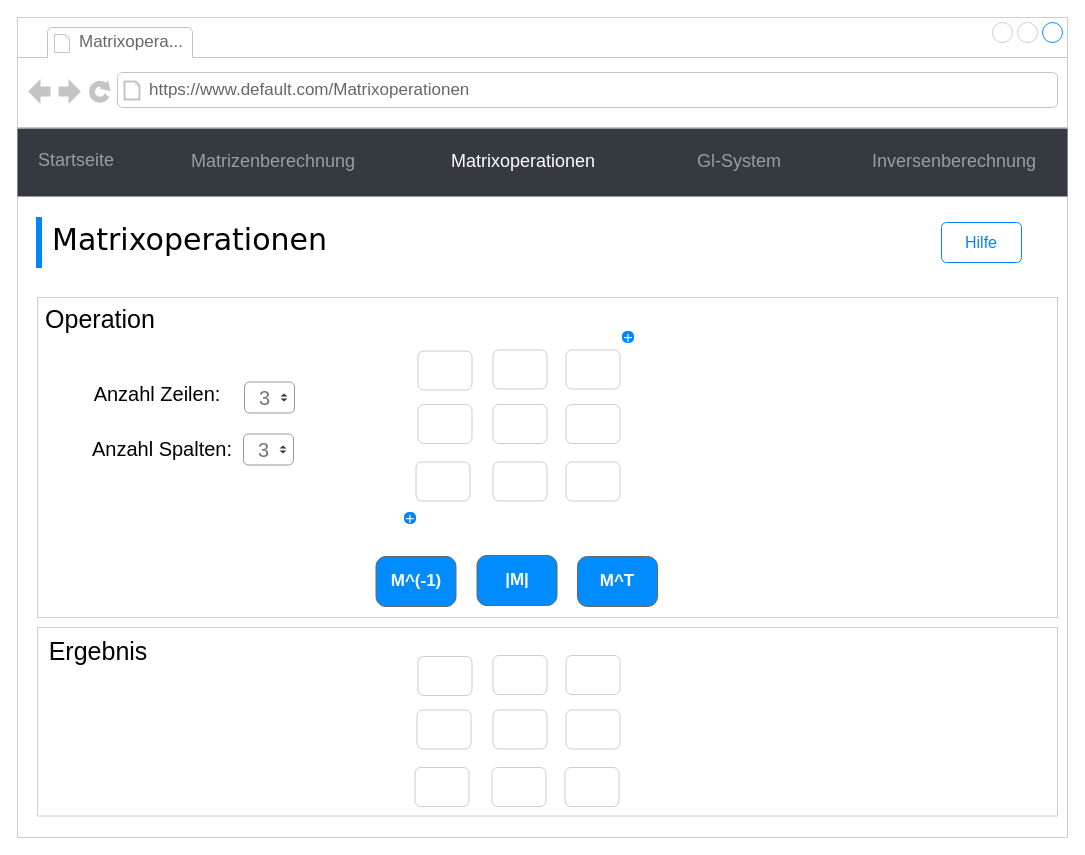
The draw.io diagram mockup/mockup_matrixoperationen.drawio in finitearth/Gaussian-Elimination-GUI, before the edit. Source tidied: cells renumbered, new cells numbered last; positions are measured from the earlier drawing's top-left corner, leaving out a move shared by most shapes. Both pictures are drawn from the tidied source at 100%, with x=0, y=0 at pixel (17, 17).
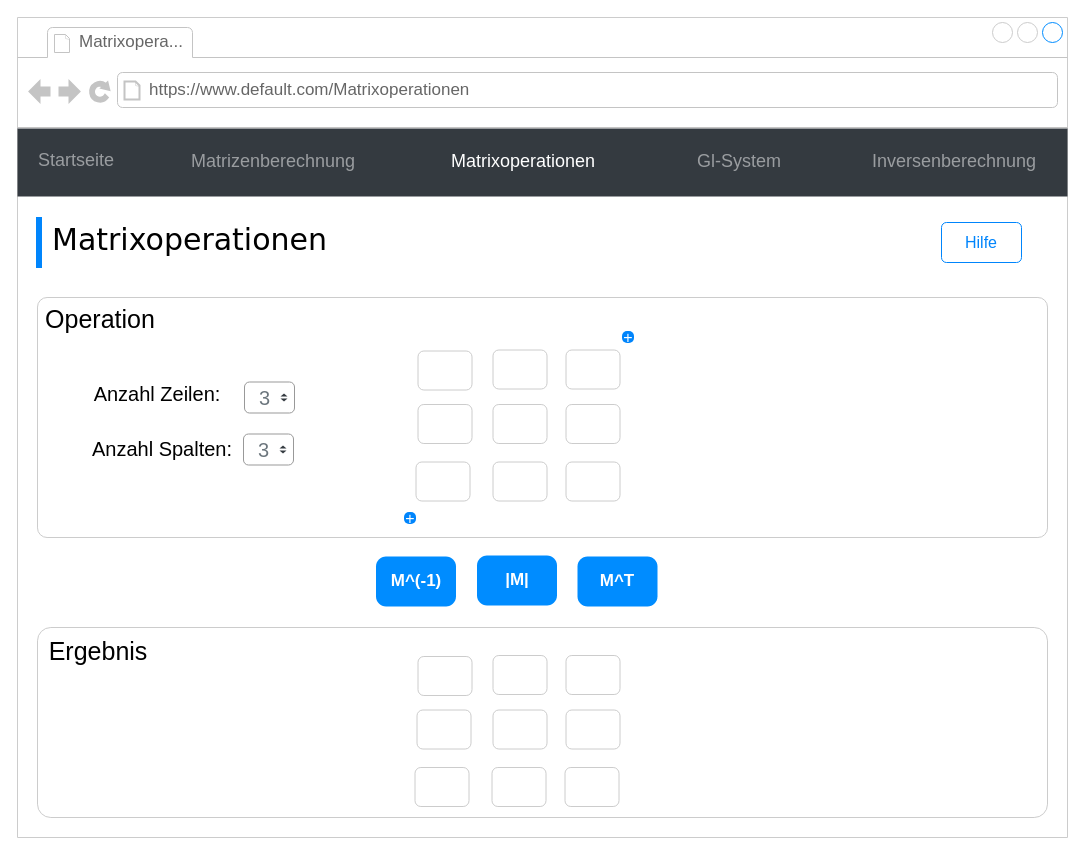
The same diagram, later.

Unchanged cells that the change refers to:
```xml
<mxCell id="2" style="strokeWidth=1;shadow=0;dashed=0;align=center;html=1;shape=mxgraph.mockup.containers.browserWindow;rSize=0;strokeColor=#CCCCCC;mainText=,;rounded=0;labelBackgroundColor=none;fontFamily=Verdana;fontSize=12;" parent="1" vertex="1">
  <mxGeometry width="1050" height="820" as="geometry" />
</mxCell>
```

The edit, as a diff of the source:
```diff
@@
-    <mxCell id="14" value="M^(-1)" style="strokeWidth=1;shadow=0;dashed=0;align=center;html=1;shape=mxgraph.mockup.buttons.button;strokeColor=#666666;fontColor=#ffffff;mainText=;buttonStyle=round;fontSize=17;fontStyle=1;fillColor=#008cff;whiteSpace=wrap;" parent="2" vertex="1">
+    <mxCell id="14" value="M^(-1)" style="strokeWidth=1;shadow=0;dashed=0;align=center;html=1;shape=mxgraph.mockup.buttons.button;strokeColor=none;fontColor=#ffffff;mainText=;buttonStyle=round;fontSize=17;fontStyle=1;fillColor=#008cff;whiteSpace=wrap;" parent="2" vertex="1">
       <mxGeometry x="358.5" y="539" width="80" height="50" as="geometry" />
     </mxCell>
-    <mxCell id="15" value="M^T" style="strokeWidth=1;shadow=0;dashed=0;align=center;html=1;shape=mxgraph.mockup.buttons.button;strokeColor=#666666;fontColor=#ffffff;mainText=;buttonStyle=round;fontSize=17;fontStyle=1;fillColor=#008cff;whiteSpace=wrap;" parent="2" vertex="1">
+    <mxCell id="15" value="M^T" style="strokeWidth=1;shadow=0;dashed=0;align=center;html=1;shape=mxgraph.mockup.buttons.button;strokeColor=none;fontColor=#ffffff;mainText=;buttonStyle=round;fontSize=17;fontStyle=1;fillColor=#008cff;whiteSpace=wrap;" parent="2" vertex="1">
       <mxGeometry x="560" y="539" width="80" height="50" as="geometry" />
     </mxCell>
-    <mxCell id="16" value="|M|" style="strokeWidth=1;shadow=0;dashed=0;align=center;html=1;shape=mxgraph.mockup.buttons.button;strokeColor=#666666;fontColor=#ffffff;mainText=;buttonStyle=round;fontSize=17;fontStyle=1;fillColor=#008cff;whiteSpace=wrap;" parent="2" vertex="1">
+    <mxCell id="16" value="|M|" style="strokeWidth=1;shadow=0;dashed=0;align=center;html=1;shape=mxgraph.mockup.buttons.button;strokeColor=none;fontColor=#ffffff;mainText=;buttonStyle=round;fontSize=17;fontStyle=1;fillColor=#008cff;whiteSpace=wrap;" parent="2" vertex="1">
       <mxGeometry x="459.5" y="538" width="80" height="50" as="geometry" />
     </mxCell>
@@
-    <mxCell id="34" style="rounded=0;whiteSpace=wrap;html=1;fillColor=none;strokeColor=#CCCCCC;" parent="2" vertex="1">
-      <mxGeometry x="20" y="280" width="1020" height="320" as="geometry" />
+    <mxCell id="34" style="rounded=1;whiteSpace=wrap;html=1;fillColor=none;strokeColor=#CCCCCC;arcSize=4;" parent="2" vertex="1">
+      <mxGeometry x="20" y="280" width="1010" height="240" as="geometry" />
     </mxCell>
@@
-    <mxCell id="37" style="rounded=0;whiteSpace=wrap;html=1;fillColor=none;strokeColor=#CCCCCC;" parent="2" vertex="1">
-      <mxGeometry x="20" y="610" width="1020" height="188.5" as="geometry" />
+    <mxCell id="37" style="rounded=1;whiteSpace=wrap;html=1;fillColor=none;strokeColor=#CCCCCC;arcSize=7;" parent="2" vertex="1">
+      <mxGeometry x="20" y="610" width="1010" height="190" as="geometry" />
     </mxCell>
```
